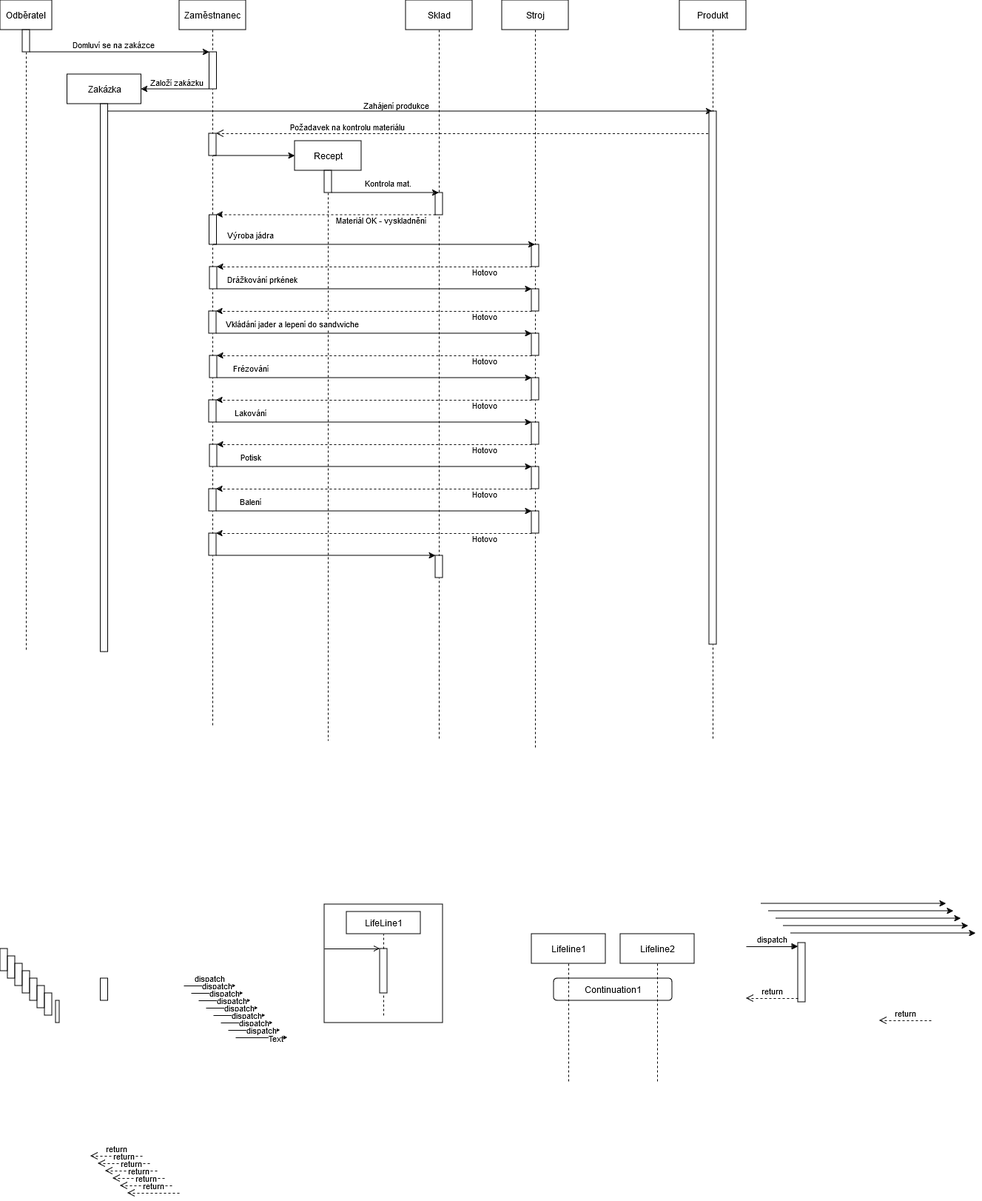
This is SW_ING/Kosmeticka_tuzka_sekvencni_diagram.png from KarelMasa/pg, a draw.io export, as it was before one commit. Source tidied: cells renumbered, new cells last; positions are measured from the earlier drawing's top-left corner, leaving out a move shared by most shapes.
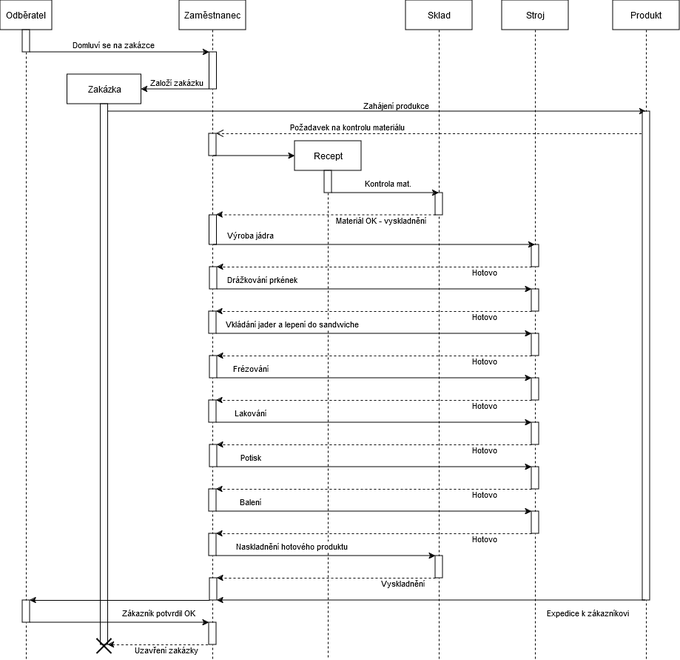
After the change.

What changed in the source:
```diff
@@ -9,17 +9,4 @@
     </mxCell>
-    <mxCell id="3" style="html=1;points=[[0,0,0,0,5],[0,1,0,0,-5],[1,0,0,0,5],[1,1,0,0,-5]];perimeter=orthogonalPerimeter;outlineConnect=0;targetShapes=umlLifeline;portConstraint=eastwest;newEdgeStyle={&quot;curved&quot;:0,&quot;rounded&quot;:0};" parent="1" vertex="1">
-      <mxGeometry x="1078" y="1273" width="10" height="80" as="geometry" />
-    </mxCell>
-    <mxCell id="4" value="dispatch" style="html=1;verticalAlign=bottom;endArrow=block;curved=0;rounded=0;entryX=0;entryY=0;entryDx=0;entryDy=5;" parent="1" edge="1" target="3">
-      <mxGeometry relative="1" as="geometry">
-        <mxPoint x="1008" y="1278" as="sourcePoint" />
-      </mxGeometry>
-    </mxCell>
-    <mxCell id="5" value="return" style="html=1;verticalAlign=bottom;endArrow=open;dashed=1;endSize=8;curved=0;rounded=0;exitX=0;exitY=1;exitDx=0;exitDy=-5;" parent="1" edge="1" source="3">
-      <mxGeometry relative="1" as="geometry">
-        <mxPoint x="1008" y="1348" as="targetPoint" />
-      </mxGeometry>
-    </mxCell>
     <mxCell id="6" value="Odběratel" style="shape=umlLifeline;perimeter=lifelinePerimeter;whiteSpace=wrap;html=1;newEdgeStyle={&quot;edgeStyle&quot;:&quot;elbowEdgeStyle&quot;,&quot;elbow&quot;:&quot;vertical&quot;,&quot;curved&quot;:0,&quot;rounded&quot;:0};" parent="1" vertex="1">
-      <mxGeometry width="70" height="880" as="geometry" />
+      <mxGeometry width="70" height="890" as="geometry" />
     </mxCell>
@@ -28,4 +15,7 @@
     </mxCell>
+    <mxCell id="116" style="html=1;points=[[0,0,0,0,5],[0,1,0,0,-5],[1,0,0,0,5],[1,1,0,0,-5]];perimeter=orthogonalPerimeter;outlineConnect=0;targetShapes=umlLifeline;portConstraint=eastwest;newEdgeStyle={&quot;curved&quot;:0,&quot;rounded&quot;:0};" parent="6" vertex="1">
+      <mxGeometry x="30" y="810" width="10" height="30" as="geometry" />
+    </mxCell>
     <mxCell id="8" value="Zaměstnanec" style="shape=umlLifeline;perimeter=lifelinePerimeter;whiteSpace=wrap;html=1;newEdgeStyle={&quot;edgeStyle&quot;:&quot;elbowEdgeStyle&quot;,&quot;elbow&quot;:&quot;vertical&quot;,&quot;curved&quot;:0,&quot;rounded&quot;:0};" parent="1" vertex="1">
-      <mxGeometry x="242" width="90" height="980" as="geometry" />
+      <mxGeometry x="242" width="90" height="890" as="geometry" />
     </mxCell>
@@ -61,156 +51,8 @@
     </mxCell>
-    <mxCell id="19" value="Continuation1" style="rounded=1;dashed=0;whiteSpace=wrap;html=1;" parent="1" vertex="1">
-      <mxGeometry x="748" y="1321" width="160" height="30" as="geometry" />
-    </mxCell>
-    <mxCell id="20" value="Lifeline1" style="shape=umlLifeline;perimeter=lifelinePerimeter;whiteSpace=wrap;html=1;newEdgeStyle={&quot;curved&quot;:0,&quot;rounded&quot;:0};" parent="1" vertex="1">
-      <mxGeometry x="718" y="1261" width="100" height="200" as="geometry" />
-    </mxCell>
-    <mxCell id="21" value="Lifeline2" style="shape=umlLifeline;perimeter=lifelinePerimeter;whiteSpace=wrap;html=1;newEdgeStyle={&quot;curved&quot;:0,&quot;rounded&quot;:0};" parent="1" vertex="1">
-      <mxGeometry x="838" y="1261" width="100" height="200" as="geometry" />
-    </mxCell>
-    <mxCell id="22" style="rounded=0;dashed=0;" parent="1" vertex="1">
-      <mxGeometry x="438" y="1221" width="160" height="160" as="geometry" />
-    </mxCell>
-    <mxCell id="23" value="LifeLine1" style="rounded=0;dashed=0;whiteSpace=wrap;html=1;" parent="22" vertex="1">
-      <mxGeometry x="30" y="10" width="100" height="30" as="geometry" />
-    </mxCell>
-    <mxCell id="24" style="rounded=0;dashed=0;" parent="22" vertex="1">
-      <mxGeometry x="75" y="60" width="10" height="60" as="geometry" />
-    </mxCell>
-    <mxCell id="25" style="html=1;verticalAlign=bottom;startArrow=none;endArrow=none;dashed=1;rounded=0;" parent="22" edge="1" source="24" target="23">
-      <mxGeometry relative="1" as="geometry" />
-    </mxCell>
-    <mxCell id="26" style="html=1;verticalAlign=bottom;startArrow=none;endArrow=none;dashed=1;rounded=0;" parent="22" edge="1" target="24">
-      <mxGeometry relative="1" as="geometry">
-        <mxPoint x="80" y="150" as="sourcePoint" />
-      </mxGeometry>
-    </mxCell>
-    <mxCell id="27" style="html=1;verticalAlign=bottom;startArrow=none;endArrow=open;endFill=0;rounded=0;" parent="22" edge="1">
-      <mxGeometry relative="1" as="geometry">
-        <mxPoint y="60" as="sourcePoint" />
-        <mxPoint x="75" y="60" as="targetPoint" />
-      </mxGeometry>
-    </mxCell>
-    <mxCell id="28" style="html=1;perimeter=orthogonalPerimeter;targetShapes=umlLifeline;newEdgeStyle={&quot;curved&quot;:0,&quot;rounded&quot;:0};" parent="1" vertex="1">
-      <mxGeometry x="135.5" y="1321" width="10" height="30" as="geometry" />
-    </mxCell>
-    <mxCell id="29" style="html=1;perimeter=orthogonalPerimeter;targetShapes=umlLifeline;newEdgeStyle={&quot;curved&quot;:0,&quot;rounded&quot;:0};" parent="1" vertex="1">
-      <mxGeometry y="1281" width="10" height="30" as="geometry" />
-    </mxCell>
-    <mxCell id="30" style="html=1;perimeter=orthogonalPerimeter;targetShapes=umlLifeline;newEdgeStyle={&quot;curved&quot;:0,&quot;rounded&quot;:0};" parent="1" vertex="1">
-      <mxGeometry x="10" y="1291" width="10" height="30" as="geometry" />
-    </mxCell>
-    <mxCell id="31" style="html=1;perimeter=orthogonalPerimeter;targetShapes=umlLifeline;newEdgeStyle={&quot;curved&quot;:0,&quot;rounded&quot;:0};" parent="1" vertex="1">
-      <mxGeometry x="20" y="1301" width="10" height="30" as="geometry" />
-    </mxCell>
-    <mxCell id="32" style="html=1;perimeter=orthogonalPerimeter;targetShapes=umlLifeline;newEdgeStyle={&quot;curved&quot;:0,&quot;rounded&quot;:0};" parent="1" vertex="1">
-      <mxGeometry x="30" y="1311" width="10" height="30" as="geometry" />
-    </mxCell>
-    <mxCell id="33" style="html=1;perimeter=orthogonalPerimeter;targetShapes=umlLifeline;newEdgeStyle={&quot;curved&quot;:0,&quot;rounded&quot;:0};" parent="1" vertex="1">
-      <mxGeometry x="40" y="1321" width="10" height="30" as="geometry" />
-    </mxCell>
-    <mxCell id="34" style="html=1;perimeter=orthogonalPerimeter;targetShapes=umlLifeline;newEdgeStyle={&quot;curved&quot;:0,&quot;rounded&quot;:0};" parent="1" vertex="1">
-      <mxGeometry x="50" y="1331" width="10" height="30" as="geometry" />
-    </mxCell>
-    <mxCell id="35" style="html=1;perimeter=orthogonalPerimeter;targetShapes=umlLifeline;newEdgeStyle={&quot;curved&quot;:0,&quot;rounded&quot;:0};" parent="1" vertex="1">
-      <mxGeometry x="60" y="1341" width="10" height="30" as="geometry" />
-    </mxCell>
-    <mxCell id="36" style="html=1;perimeter=orthogonalPerimeter;targetShapes=umlLifeline;newEdgeStyle={&quot;curved&quot;:0,&quot;rounded&quot;:0};" parent="1" vertex="1">
-      <mxGeometry x="75" y="1351" width="5" height="30" as="geometry" />
-    </mxCell>
-    <mxCell id="37" value="return" style="html=1;verticalAlign=bottom;endArrow=open;dashed=1;endSize=8;curved=0;rounded=0;exitX=0;exitY=1;exitDx=0;exitDy=-5;" parent="1" edge="1">
-      <mxGeometry relative="1" as="geometry">
-        <mxPoint x="192" y="1561" as="sourcePoint" />
-        <mxPoint x="122" y="1561" as="targetPoint" />
-      </mxGeometry>
-    </mxCell>
-    <mxCell id="38" value="return" style="html=1;verticalAlign=bottom;endArrow=open;dashed=1;endSize=8;curved=0;rounded=0;exitX=0;exitY=1;exitDx=0;exitDy=-5;" parent="1" edge="1">
-      <mxGeometry relative="1" as="geometry">
-        <mxPoint x="202" y="1571" as="sourcePoint" />
-        <mxPoint x="132" y="1571" as="targetPoint" />
-      </mxGeometry>
-    </mxCell>
-    <mxCell id="39" value="return" style="html=1;verticalAlign=bottom;endArrow=open;dashed=1;endSize=8;curved=0;rounded=0;exitX=0;exitY=1;exitDx=0;exitDy=-5;" parent="1" edge="1">
-      <mxGeometry relative="1" as="geometry">
-        <mxPoint x="212" y="1581" as="sourcePoint" />
-        <mxPoint x="142" y="1581" as="targetPoint" />
-      </mxGeometry>
-    </mxCell>
-    <mxCell id="40" value="return" style="html=1;verticalAlign=bottom;endArrow=open;dashed=1;endSize=8;curved=0;rounded=0;exitX=0;exitY=1;exitDx=0;exitDy=-5;" parent="1" edge="1">
-      <mxGeometry relative="1" as="geometry">
-        <mxPoint x="222" y="1591" as="sourcePoint" />
-        <mxPoint x="152" y="1591" as="targetPoint" />
-      </mxGeometry>
-    </mxCell>
-    <mxCell id="41" value="return" style="html=1;verticalAlign=bottom;endArrow=open;dashed=1;endSize=8;curved=0;rounded=0;exitX=0;exitY=1;exitDx=0;exitDy=-5;" parent="1" edge="1">
-      <mxGeometry relative="1" as="geometry">
-        <mxPoint x="232" y="1601" as="sourcePoint" />
-        <mxPoint x="162" y="1601" as="targetPoint" />
-      </mxGeometry>
-    </mxCell>
-    <mxCell id="42" value="return" style="html=1;verticalAlign=bottom;endArrow=open;dashed=1;endSize=8;curved=0;rounded=0;exitX=0;exitY=1;exitDx=0;exitDy=-5;" parent="1" edge="1">
-      <mxGeometry relative="1" as="geometry">
-        <mxPoint x="242" y="1611" as="sourcePoint" />
-        <mxPoint x="172" y="1611" as="targetPoint" />
-      </mxGeometry>
-    </mxCell>
-    <mxCell id="43" value="return" style="html=1;verticalAlign=bottom;endArrow=open;dashed=1;endSize=8;curved=0;rounded=0;exitX=0;exitY=1;exitDx=0;exitDy=-5;" parent="1" edge="1">
-      <mxGeometry relative="1" as="geometry">
-        <mxPoint x="1258" y="1378" as="sourcePoint" />
-        <mxPoint x="1188" y="1378" as="targetPoint" />
-      </mxGeometry>
-    </mxCell>
-    <mxCell id="44" value="dispatch" style="html=1;verticalAlign=bottom;endArrow=block;curved=0;rounded=0;entryX=0;entryY=0;entryDx=0;entryDy=5;" parent="1" edge="1">
-      <mxGeometry relative="1" as="geometry">
-        <mxPoint x="248" y="1331" as="sourcePoint" />
-        <mxPoint x="318" y="1331" as="targetPoint" />
-      </mxGeometry>
-    </mxCell>
-    <mxCell id="45" value="dispatch" style="html=1;verticalAlign=bottom;endArrow=block;curved=0;rounded=0;entryX=0;entryY=0;entryDx=0;entryDy=5;" parent="1" edge="1">
-      <mxGeometry relative="1" as="geometry">
-        <mxPoint x="258" y="1341" as="sourcePoint" />
-        <mxPoint x="328" y="1341" as="targetPoint" />
-      </mxGeometry>
-    </mxCell>
-    <mxCell id="46" value="dispatch" style="html=1;verticalAlign=bottom;endArrow=block;curved=0;rounded=0;entryX=0;entryY=0;entryDx=0;entryDy=5;" parent="1" edge="1">
-      <mxGeometry relative="1" as="geometry">
-        <mxPoint x="268" y="1351" as="sourcePoint" />
-        <mxPoint x="338" y="1351" as="targetPoint" />
-      </mxGeometry>
-    </mxCell>
-    <mxCell id="47" value="dispatch" style="html=1;verticalAlign=bottom;endArrow=block;curved=0;rounded=0;entryX=0;entryY=0;entryDx=0;entryDy=5;" parent="1" edge="1">
-      <mxGeometry relative="1" as="geometry">
-        <mxPoint x="278" y="1361" as="sourcePoint" />
-        <mxPoint x="348" y="1361" as="targetPoint" />
-      </mxGeometry>
-    </mxCell>
-    <mxCell id="48" value="dispatch" style="html=1;verticalAlign=bottom;endArrow=block;curved=0;rounded=0;entryX=0;entryY=0;entryDx=0;entryDy=5;" parent="1" edge="1">
-      <mxGeometry relative="1" as="geometry">
-        <mxPoint x="288" y="1371" as="sourcePoint" />
-        <mxPoint x="358" y="1371" as="targetPoint" />
-      </mxGeometry>
-    </mxCell>
-    <mxCell id="49" value="dispatch" style="html=1;verticalAlign=bottom;endArrow=block;curved=0;rounded=0;entryX=0;entryY=0;entryDx=0;entryDy=5;" parent="1" edge="1">
-      <mxGeometry relative="1" as="geometry">
-        <mxPoint x="298" y="1381" as="sourcePoint" />
-        <mxPoint x="368" y="1381" as="targetPoint" />
-      </mxGeometry>
-    </mxCell>
-    <mxCell id="50" value="dispatch" style="html=1;verticalAlign=bottom;endArrow=block;curved=0;rounded=0;entryX=0;entryY=0;entryDx=0;entryDy=5;" parent="1" edge="1">
-      <mxGeometry relative="1" as="geometry">
-        <mxPoint x="308" y="1391" as="sourcePoint" />
-        <mxPoint x="378" y="1391" as="targetPoint" />
-      </mxGeometry>
-    </mxCell>
-    <mxCell id="51" value="dispatch" style="html=1;verticalAlign=bottom;endArrow=block;curved=0;rounded=0;entryX=0;entryY=0;entryDx=0;entryDy=5;" parent="1" edge="1">
-      <mxGeometry relative="1" as="geometry">
-        <mxPoint x="318" y="1401" as="sourcePoint" />
-        <mxPoint x="388" y="1401" as="targetPoint" />
-      </mxGeometry>
-    </mxCell>
-    <mxCell id="52" value="Text" style="edgeLabel;html=1;align=center;verticalAlign=middle;" parent="51" vertex="1">
-      <mxGeometry x="0.51" y="1" relative="1" as="geometry">
-        <mxPoint y="1" as="offset" />
-      </mxGeometry>
-    </mxCell>
+    <mxCell id="117" style="html=1;points=[[0,0,0,0,5],[0,1,0,0,-5],[1,0,0,0,5],[1,1,0,0,-5]];perimeter=orthogonalPerimeter;outlineConnect=0;targetShapes=umlLifeline;portConstraint=eastwest;newEdgeStyle={&quot;curved&quot;:0,&quot;rounded&quot;:0};" parent="8" vertex="1">
+      <mxGeometry x="41" y="780" width="10" height="30" as="geometry" />
+    </mxCell>
+    <mxCell id="118" style="html=1;points=[[0,0,0,0,5],[0,1,0,0,-5],[1,0,0,0,5],[1,1,0,0,-5]];perimeter=orthogonalPerimeter;outlineConnect=0;targetShapes=umlLifeline;portConstraint=eastwest;newEdgeStyle={&quot;curved&quot;:0,&quot;rounded&quot;:0};" parent="8" vertex="1">
+      <mxGeometry x="40" y="840" width="10" height="30" as="geometry" />
+    </mxCell>
     <mxCell id="53" style="edgeStyle=elbowEdgeStyle;rounded=0;jettySize=auto;html=1;elbow=vertical;" parent="1" edge="1" source="9">
@@ -252,3 +94,3 @@
     <mxCell id="59" value="Sklad" style="shape=umlLifeline;perimeter=lifelinePerimeter;whiteSpace=wrap;html=1;outlineConnect=0;portConstraint=eastwest;newEdgeStyle={&quot;edgeStyle&quot;:&quot;elbowEdgeStyle&quot;,&quot;elbow&quot;:&quot;vertical&quot;,&quot;curved&quot;:0,&quot;rounded&quot;:0};" parent="1" vertex="1">
-      <mxGeometry x="548" width="90" height="1000" as="geometry" />
+      <mxGeometry x="548" width="90" height="890" as="geometry" />
     </mxCell>
@@ -260,16 +102,7 @@
     </mxCell>
-    <mxCell id="62" style="edgeStyle=elbowEdgeStyle;rounded=0;orthogonalLoop=1;jettySize=auto;html=1;elbow=vertical;" parent="1" edge="1">
-      <mxGeometry relative="1" as="geometry">
-        <mxPoint x="1028" y="1220" as="sourcePoint" />
-        <mxPoint x="1278" y="1220" as="targetPoint" />
-        <Array as="points">
-          <mxPoint x="1094" y="1220" />
-        </Array>
-      </mxGeometry>
-    </mxCell>
     <mxCell id="63" value="Produkt" style="shape=umlLifeline;perimeter=lifelinePerimeter;whiteSpace=wrap;html=1;outlineConnect=0;portConstraint=eastwest;newEdgeStyle={&quot;edgeStyle&quot;:&quot;elbowEdgeStyle&quot;,&quot;elbow&quot;:&quot;vertical&quot;,&quot;curved&quot;:0,&quot;rounded&quot;:0};" parent="1" vertex="1">
-      <mxGeometry x="918" width="90" height="1000" as="geometry" />
+      <mxGeometry x="828" width="90" height="890" as="geometry" />
     </mxCell>
     <mxCell id="64" style="html=1;perimeter=orthogonalPerimeter;targetShapes=umlLifeline;newEdgeStyle={&quot;curved&quot;:0,&quot;rounded&quot;:0};" parent="63" vertex="1">
-      <mxGeometry x="40" y="150" width="10" height="720" as="geometry" />
+      <mxGeometry x="40" y="150" width="10" height="660" as="geometry" />
     </mxCell>
@@ -278,38 +111,2 @@
     </mxCell>
-    <mxCell id="66" style="edgeStyle=elbowEdgeStyle;rounded=0;orthogonalLoop=1;jettySize=auto;html=1;elbow=vertical;" parent="1" edge="1">
-      <mxGeometry relative="1" as="geometry">
-        <mxPoint x="1038" y="1230" as="sourcePoint" />
-        <mxPoint x="1288" y="1230" as="targetPoint" />
-        <Array as="points">
-          <mxPoint x="1104" y="1230" />
-        </Array>
-      </mxGeometry>
-    </mxCell>
-    <mxCell id="67" style="edgeStyle=elbowEdgeStyle;rounded=0;orthogonalLoop=1;jettySize=auto;html=1;elbow=vertical;" parent="1" edge="1">
-      <mxGeometry relative="1" as="geometry">
-        <mxPoint x="1048" y="1240" as="sourcePoint" />
-        <mxPoint x="1298" y="1240" as="targetPoint" />
-        <Array as="points">
-          <mxPoint x="1114" y="1240" />
-        </Array>
-      </mxGeometry>
-    </mxCell>
-    <mxCell id="68" style="edgeStyle=elbowEdgeStyle;rounded=0;orthogonalLoop=1;jettySize=auto;html=1;elbow=vertical;" parent="1" edge="1">
-      <mxGeometry relative="1" as="geometry">
-        <mxPoint x="1058" y="1250" as="sourcePoint" />
-        <mxPoint x="1308" y="1250" as="targetPoint" />
-        <Array as="points">
-          <mxPoint x="1124" y="1250" />
-        </Array>
-      </mxGeometry>
-    </mxCell>
-    <mxCell id="69" style="edgeStyle=elbowEdgeStyle;rounded=0;orthogonalLoop=1;jettySize=auto;html=1;elbow=vertical;" parent="1" edge="1">
-      <mxGeometry relative="1" as="geometry">
-        <mxPoint x="1068" y="1260" as="sourcePoint" />
-        <mxPoint x="1318" y="1260" as="targetPoint" />
-        <Array as="points">
-          <mxPoint x="1134" y="1260" />
-        </Array>
-      </mxGeometry>
-    </mxCell>
     <mxCell id="70" style="edgeStyle=elbowEdgeStyle;rounded=0;orthogonalLoop=1;jettySize=auto;html=1;elbow=vertical;" parent="1" edge="1">
@@ -324,9 +121,9 @@
     <mxCell id="71" value="Zakázka" style="shape=umlLifeline;perimeter=lifelinePerimeter;whiteSpace=wrap;html=1;outlineConnect=0;portConstraint=eastwest;newEdgeStyle={&quot;edgeStyle&quot;:&quot;elbowEdgeStyle&quot;,&quot;elbow&quot;:&quot;vertical&quot;,&quot;curved&quot;:0,&quot;rounded&quot;:0};" parent="1" vertex="1">
-      <mxGeometry x="90.5" y="100" width="100" height="780" as="geometry" />
+      <mxGeometry x="90.5" y="100" width="100" height="770" as="geometry" />
     </mxCell>
     <mxCell id="72" style="html=1;points=[[0,0,0,0,5],[0,1,0,0,-5],[1,0,0,0,5],[1,1,0,0,-5]];perimeter=orthogonalPerimeter;outlineConnect=0;targetShapes=umlLifeline;portConstraint=eastwest;newEdgeStyle={&quot;curved&quot;:0,&quot;rounded&quot;:0};" parent="71" vertex="1">
-      <mxGeometry x="45" y="40" width="10" height="740" as="geometry" />
+      <mxGeometry x="45" y="40" width="10" height="730" as="geometry" />
     </mxCell>
     <mxCell id="73" value="Recept" style="shape=umlLifeline;perimeter=lifelinePerimeter;whiteSpace=wrap;html=1;newEdgeStyle={&quot;edgeStyle&quot;:&quot;elbowEdgeStyle&quot;,&quot;elbow&quot;:&quot;vertical&quot;,&quot;curved&quot;:0,&quot;rounded&quot;:0};" parent="1" vertex="1">
-      <mxGeometry x="398" y="190" width="90" height="810" as="geometry" />
+      <mxGeometry x="398" y="190" width="90" height="700" as="geometry" />
     </mxCell>
@@ -359,3 +156,3 @@
     <mxCell id="79" value="Stroj" style="shape=umlLifeline;perimeter=lifelinePerimeter;whiteSpace=wrap;html=1;outlineConnect=0;portConstraint=eastwest;newEdgeStyle={&quot;edgeStyle&quot;:&quot;elbowEdgeStyle&quot;,&quot;elbow&quot;:&quot;vertical&quot;,&quot;curved&quot;:0,&quot;rounded&quot;:0};" parent="1" vertex="1">
-      <mxGeometry x="678" width="90" height="1010" as="geometry" />
+      <mxGeometry x="678" width="90" height="890" as="geometry" />
     </mxCell>
@@ -558,2 +355,63 @@
     </mxCell>
+    <mxCell id="119" value="Naskladnění hotového produktu" style="edgeLabel;html=1;align=center;verticalAlign=middle;" parent="1" vertex="1">
+      <mxGeometry x="388" y="730" as="geometry">
+        <mxPoint x="5" y="6" as="offset" />
+      </mxGeometry>
+    </mxCell>
+    <mxCell id="120" style="edgeStyle=elbowEdgeStyle;rounded=0;jettySize=auto;html=1;elbow=vertical;dashed=1;" parent="1" edge="1" source="61" target="117">
+      <mxGeometry relative="1" as="geometry">
+        <Array as="points">
+          <mxPoint x="448" y="780" />
+        </Array>
+      </mxGeometry>
+    </mxCell>
+    <mxCell id="121" style="rounded=0;orthogonalLoop=1;jettySize=auto;html=1;" parent="1" edge="1">
+      <mxGeometry relative="1" as="geometry">
+        <mxPoint x="283" y="810" as="sourcePoint" />
+        <mxPoint x="40" y="810" as="targetPoint" />
+      </mxGeometry>
+    </mxCell>
+    <mxCell id="122" style="edgeStyle=orthogonalEdgeStyle;rounded=0;jettySize=auto;html=1;curved=0;startArrow=classic;startFill=1;endArrow=none;endFill=0;" parent="1" edge="1" source="117" target="63">
+      <mxGeometry relative="1" as="geometry">
+        <Array as="points">
+          <mxPoint x="428" y="810" />
+          <mxPoint x="428" y="810" />
+        </Array>
+      </mxGeometry>
+    </mxCell>
+    <mxCell id="123" value="Expedice k zákazníkovi" style="edgeLabel;html=1;align=center;verticalAlign=middle;" parent="1" vertex="1">
+      <mxGeometry x="788" y="820" as="geometry">
+        <mxPoint x="5" y="6" as="offset" />
+      </mxGeometry>
+    </mxCell>
+    <mxCell id="124" style="edgeStyle=elbowEdgeStyle;rounded=0;jettySize=auto;html=1;elbow=vertical;" parent="1" edge="1" source="116" target="118">
+      <mxGeometry relative="1" as="geometry">
+        <Array as="points">
+          <mxPoint x="161" y="840" />
+        </Array>
+      </mxGeometry>
+    </mxCell>
+    <mxCell id="125" value="Zákazník potvrdil OK" style="edgeLabel;html=1;align=center;verticalAlign=middle;" parent="1" vertex="1">
+      <mxGeometry x="208" y="820" as="geometry">
+        <mxPoint x="5" y="6" as="offset" />
+      </mxGeometry>
+    </mxCell>
+    <mxCell id="126" style="rounded=0;jettySize=auto;html=1;elbow=vertical;dashed=1;" parent="1" edge="1" target="72">
+      <mxGeometry relative="1" as="geometry">
+        <mxPoint x="280.5" y="870" as="sourcePoint" />
+      </mxGeometry>
+    </mxCell>
+    <mxCell id="127" style="shape=umlDestroy;html=1;strokeWidth=2;" parent="1" vertex="1">
+      <mxGeometry x="130.5" y="862" width="20" height="20" as="geometry" />
+    </mxCell>
+    <mxCell id="128" value="Uzavření zakázky" style="edgeLabel;html=1;align=center;verticalAlign=middle;" parent="1" vertex="1">
+      <mxGeometry x="218" y="870" as="geometry">
+        <mxPoint x="5" y="6" as="offset" />
+      </mxGeometry>
+    </mxCell>
+    <mxCell id="129" value="Vyskladnění" style="edgeLabel;html=1;align=center;verticalAlign=middle;" parent="1" vertex="1">
+      <mxGeometry x="538" y="780" as="geometry">
+        <mxPoint x="5" y="6" as="offset" />
+      </mxGeometry>
+    </mxCell>
   </root>
```
